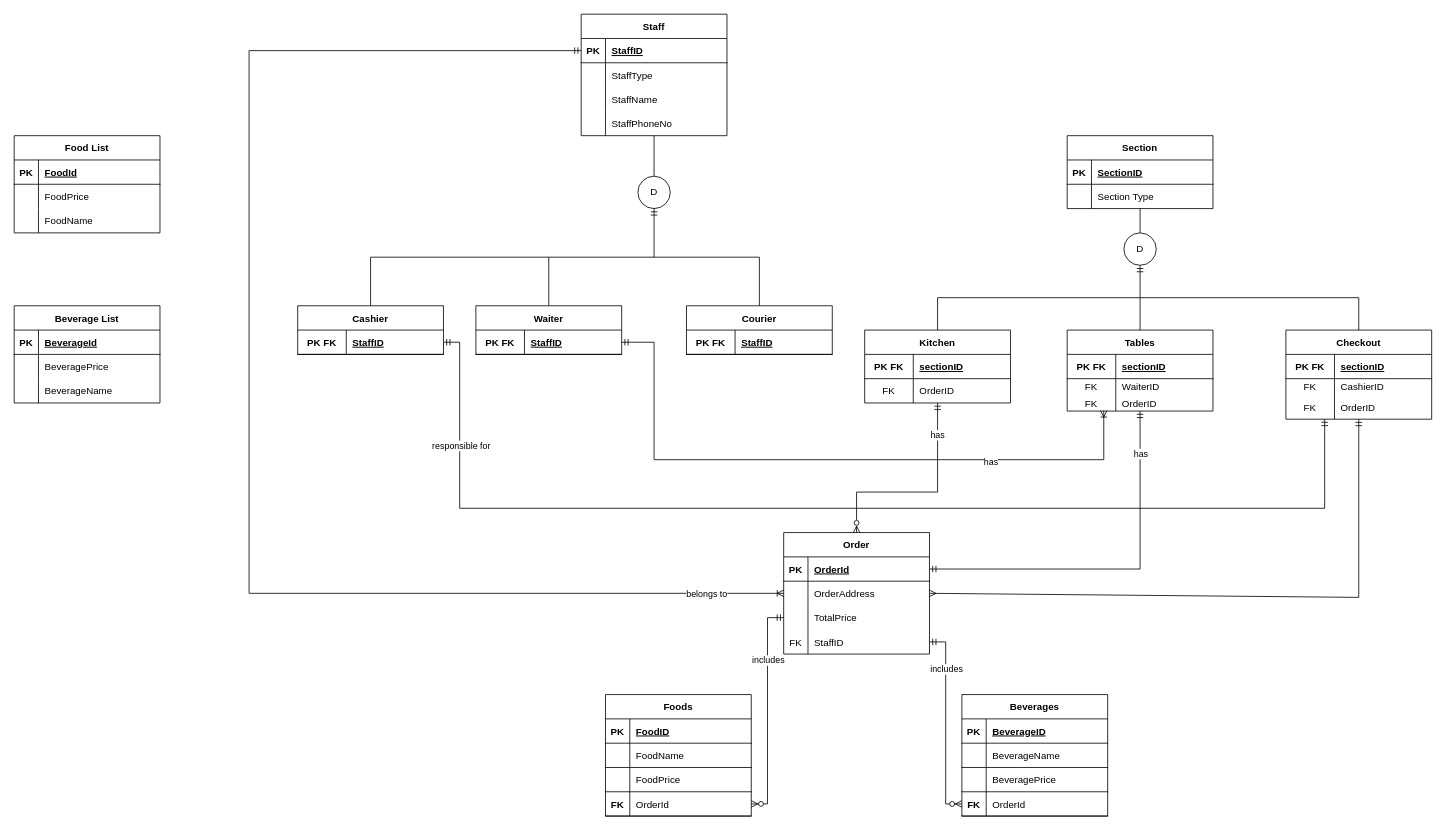
burakalatas/CafeOrderProject keeps this draw.io diagram as restaurant.drawio. Above is the earlier version. Source tidied: cells renumbered, new cells numbered last; positions are measured from the earlier drawing's top-left corner, leaving out a move shared by most shapes. Both pictures are drawn from the tidied source at 81%, with x=0, y=0 at pixel (14, 14).
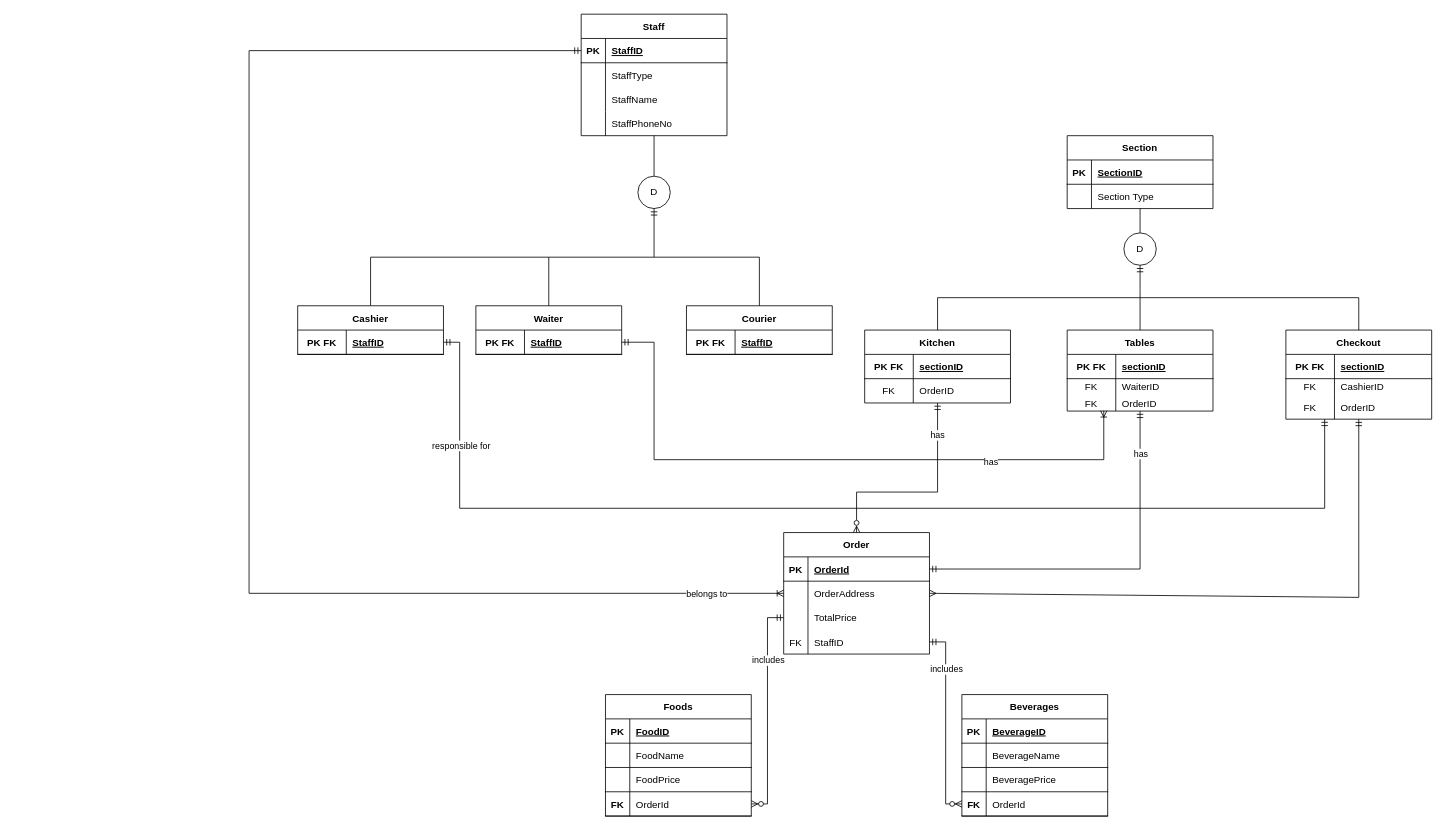
The same page after the edit.

The edit, as a diff of the source:
```diff
@@
-    <mxCell id="97" value="Food List" style="shape=table;startSize=30;childLayout=tableLayout;rowLines=0;fontStyle=1;align=center;" parent="1" vertex="1">
-      <mxGeometry y="150" width="180" height="120" as="geometry" />
-    </mxCell>
-    <mxCell id="98" style="shape=tableRow;horizontal=0;startSize=0;swimlaneHead=0;swimlaneBody=0;fillColor=none;top=0;left=0;right=0;bottom=1;" parent="97" vertex="1">
-      <mxGeometry y="30" width="180" height="30" as="geometry" />
-    </mxCell>
-    <mxCell id="99" value="PK" style="shape=partialRectangle;fillColor=none;top=0;left=0;bottom=0;right=0;fontStyle=1;overflow=hidden;" parent="98" vertex="1">
-      <mxGeometry width="30" height="30" as="geometry" />
-    </mxCell>
-    <mxCell id="100" value="FoodId" style="shape=partialRectangle;fillColor=none;top=0;left=0;bottom=0;right=0;align=left;spacingLeft=6;fontStyle=5;overflow=hidden;" parent="98" vertex="1">
-      <mxGeometry x="30" width="150" height="30" as="geometry" />
-    </mxCell>
-    <mxCell id="101" style="shape=tableRow;horizontal=0;startSize=0;swimlaneHead=0;swimlaneBody=0;fillColor=none;top=0;left=0;right=0;bottom=0;" parent="97" vertex="1">
-      <mxGeometry y="60" width="180" height="30" as="geometry" />
-    </mxCell>
-    <mxCell id="102" style="shape=partialRectangle;fillColor=none;top=0;left=0;bottom=0;right=0;overflow=hidden;" parent="101" vertex="1">
-      <mxGeometry width="30" height="30" as="geometry" />
-    </mxCell>
-    <mxCell id="103" value="FoodPrice" style="shape=partialRectangle;fillColor=none;top=0;left=0;bottom=0;right=0;align=left;spacingLeft=6;overflow=hidden;" parent="101" vertex="1">
-      <mxGeometry x="30" width="150" height="30" as="geometry" />
-    </mxCell>
-    <mxCell id="104" style="shape=tableRow;horizontal=0;startSize=0;swimlaneHead=0;swimlaneBody=0;fillColor=none;top=0;left=0;right=0;bottom=0;" parent="97" vertex="1">
-      <mxGeometry y="90" width="180" height="30" as="geometry" />
-    </mxCell>
-    <mxCell id="105" style="shape=partialRectangle;fillColor=none;top=0;left=0;bottom=0;right=0;overflow=hidden;" parent="104" vertex="1">
-      <mxGeometry width="30" height="30" as="geometry" />
-    </mxCell>
-    <mxCell id="106" value="FoodName" style="shape=partialRectangle;fillColor=none;top=0;left=0;bottom=0;right=0;align=left;spacingLeft=6;overflow=hidden;" parent="104" vertex="1">
-      <mxGeometry x="30" width="150" height="30" as="geometry" />
-    </mxCell>
-    <mxCell id="107" value="Beverage List" style="shape=table;startSize=30;childLayout=tableLayout;rowLines=0;fontStyle=1;align=center;" parent="1" vertex="1">
-      <mxGeometry y="360" width="180" height="120" as="geometry" />
-    </mxCell>
-    <mxCell id="108" style="shape=tableRow;horizontal=0;startSize=0;swimlaneHead=0;swimlaneBody=0;fillColor=none;top=0;left=0;right=0;bottom=1;" parent="107" vertex="1">
-      <mxGeometry y="30" width="180" height="30" as="geometry" />
-    </mxCell>
-    <mxCell id="109" value="PK" style="shape=partialRectangle;fillColor=none;top=0;left=0;bottom=0;right=0;fontStyle=1;overflow=hidden;" parent="108" vertex="1">
-      <mxGeometry width="30" height="30" as="geometry" />
-    </mxCell>
-    <mxCell id="110" value="BeverageId" style="shape=partialRectangle;fillColor=none;top=0;left=0;bottom=0;right=0;align=left;spacingLeft=6;fontStyle=5;overflow=hidden;" parent="108" vertex="1">
-      <mxGeometry x="30" width="150" height="30" as="geometry" />
-    </mxCell>
-    <mxCell id="111" style="shape=tableRow;horizontal=0;startSize=0;swimlaneHead=0;swimlaneBody=0;fillColor=none;top=0;left=0;right=0;bottom=0;" parent="107" vertex="1">
-      <mxGeometry y="60" width="180" height="30" as="geometry" />
-    </mxCell>
-    <mxCell id="112" style="shape=partialRectangle;fillColor=none;top=0;left=0;bottom=0;right=0;overflow=hidden;" parent="111" vertex="1">
-      <mxGeometry width="30" height="30" as="geometry" />
-    </mxCell>
-    <mxCell id="113" value="BeveragePrice" style="shape=partialRectangle;fillColor=none;top=0;left=0;bottom=0;right=0;align=left;spacingLeft=6;overflow=hidden;" parent="111" vertex="1">
-      <mxGeometry x="30" width="150" height="30" as="geometry" />
-    </mxCell>
-    <mxCell id="114" style="shape=tableRow;horizontal=0;startSize=0;swimlaneHead=0;swimlaneBody=0;fillColor=none;top=0;left=0;right=0;bottom=0;" parent="107" vertex="1">
-      <mxGeometry y="90" width="180" height="30" as="geometry" />
-    </mxCell>
-    <mxCell id="115" style="shape=partialRectangle;fillColor=none;top=0;left=0;bottom=0;right=0;overflow=hidden;" parent="114" vertex="1">
-      <mxGeometry width="30" height="30" as="geometry" />
-    </mxCell>
-    <mxCell id="116" value="BeverageName" style="shape=partialRectangle;fillColor=none;top=0;left=0;bottom=0;right=0;align=left;spacingLeft=6;overflow=hidden;" parent="114" vertex="1">
-      <mxGeometry x="30" width="150" height="30" as="geometry" />
-    </mxCell>
```
